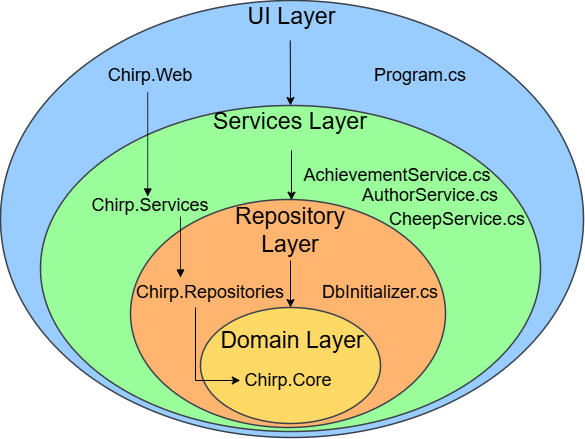
Earlier version of the draw.io export docs/images/OnionArchitecture.png (ITU-BDSA2024-GROUP8/Chirp). Source tidied: cells renumbered, new cells last; positions are measured from the earlier drawing's top-left corner, leaving out a move shared by most shapes. The source it was exported from:
```xml
<mxGraphModel>
  <root>
    <mxCell id="0" />
    <mxCell id="1" parent="0" />
    <mxCell id="2" value="UI Layer" style="points=[[0.499,0.139,0]];html=1;overflow=block;blockSpacing=1;whiteSpace=wrap;ellipse;fontSize=23.3;spacing=3.8;verticalAlign=top;strokeColor=#3a414a;strokeOpacity=100;fillOpacity=100;rounded=1;absoluteArcSize=1;arcSize=9;fillColor=#99CCFF;strokeWidth=1.5;lucidId=R3MAvi7u8df1;" parent="1" vertex="1">
      <mxGeometry width="583" height="437" as="geometry" />
    </mxCell>
    <mxCell id="3" value="Services Layer" style="points=[[0.504,0.193,0]];html=1;overflow=block;blockSpacing=1;whiteSpace=wrap;ellipse;fontSize=23.3;spacing=3.8;verticalAlign=top;strokeColor=#3a414a;strokeOpacity=100;fillOpacity=100;rounded=1;absoluteArcSize=1;arcSize=9;fillColor=#9AFF9A;strokeWidth=1.5;lucidId=73MAVf-oRHo4;" parent="1" vertex="1">
      <mxGeometry x="40" y="105" width="500" height="326" as="geometry" />
    </mxCell>
    <mxCell id="4" style="points=[[0.498,0.305,0],[0.124,0.312,0],[0.226,0.46,0]];html=1;overflow=block;blockSpacing=1;whiteSpace=wrap;ellipse;fontSize=23.3;spacing=3.8;verticalAlign=top;strokeColor=#3a414a;strokeOpacity=100;fillOpacity=100;rounded=1;absoluteArcSize=1;arcSize=9;fillColor=#FFB570;strokeWidth=1.5;lucidId=g4MAyAUUCAZo;" parent="1" vertex="1">
      <mxGeometry x="130" y="199" width="315" height="228" as="geometry" />
    </mxCell>
    <mxCell id="5" style="html=1;overflow=block;blockSpacing=1;whiteSpace=wrap;ellipse;fontSize=23.3;spacing=3.8;verticalAlign=top;strokeColor=#3a414a;strokeOpacity=100;fillOpacity=100;rounded=1;absoluteArcSize=1;arcSize=9;fillColor=#FFD966;strokeWidth=1.5;lucidId=v4MAUq8.z.5z;" parent="1" vertex="1">
      <mxGeometry x="200" y="307" width="180" height="116" as="geometry" />
    </mxCell>
    <mxCell id="6" style="html=1;jettySize=18;whiteSpace=wrap;fontSize=13;strokeColor=#000000;strokeOpacity=100;strokeWidth=0.8;rounded=0;startArrow=none;endArrow=block;endFill=1;exitX=0.229;exitY=0.573;exitPerimeter=0;entryX=0.33;entryY=0;entryPerimeter=0;lucidId=v-OApDg.9X9C;fillColor=#000000;" parent="1" edge="1">
      <mxGeometry relative="1" as="geometry">
        <mxPoint x="147.2" y="91.8" as="sourcePoint" />
        <mxPoint x="147.3" y="196" as="targetPoint" />
      </mxGeometry>
    </mxCell>
    <mxCell id="7" style="html=1;jettySize=18;whiteSpace=wrap;fontSize=13;strokeColor=#000000;strokeOpacity=100;strokeWidth=0.8;rounded=0;startArrow=none;endArrow=block;endFill=1;exitX=0.592;exitY=1;exitPerimeter=0;entryX=0;entryY=0;lucidId=G_OAxEHJ9zFp;entryDx=0;entryDy=0;" parent="1" edge="1" target="12">
      <mxGeometry relative="1" as="geometry">
        <mxPoint x="180" y="216" as="sourcePoint" />
      </mxGeometry>
    </mxCell>
    <mxCell id="8" style="endArrow=classic;html=1;rounded=0;exitX=0.497;exitY=0.092;exitDx=0;exitDy=0;exitPerimeter=0;" parent="1" edge="1" source="2" target="3">
      <mxGeometry relative="1" as="geometry" />
    </mxCell>
    <mxCell id="9" value="&lt;font style=&quot;font-size: 18px;&quot;&gt;Chirp.Web&lt;/font&gt;" style="text;html=1;align=center;verticalAlign=middle;whiteSpace=wrap;rounded=0;" parent="1" vertex="1">
      <mxGeometry x="120" y="60" width="60" height="30" as="geometry" />
    </mxCell>
    <mxCell id="10" value="&lt;font style=&quot;font-size: 18px;&quot;&gt;Program.cs&lt;/font&gt;" style="text;html=1;align=center;verticalAlign=middle;whiteSpace=wrap;rounded=0;" parent="1" vertex="1">
      <mxGeometry x="390" y="60" width="60" height="30" as="geometry" />
    </mxCell>
    <mxCell id="11" value="&lt;font style=&quot;font-size: 18px;&quot;&gt;Chirp.Services&lt;/font&gt;" style="text;html=1;align=center;verticalAlign=middle;whiteSpace=wrap;rounded=0;" parent="1" vertex="1">
      <mxGeometry x="120" y="190" width="60" height="30" as="geometry" />
    </mxCell>
    <mxCell id="12" value="&lt;font style=&quot;font-size: 18px;&quot;&gt;Chirp.Repositories&lt;/font&gt;" style="text;html=1;align=center;verticalAlign=middle;whiteSpace=wrap;rounded=0;" parent="1" vertex="1">
      <mxGeometry x="180" y="277" width="60" height="30" as="geometry" />
    </mxCell>
    <mxCell id="13" value="&lt;font style=&quot;font-size: 18px;&quot;&gt;Chirp.Core&lt;/font&gt;" style="text;html=1;align=center;verticalAlign=middle;whiteSpace=wrap;rounded=0;" parent="1" vertex="1">
      <mxGeometry x="257.5" y="360" width="60" height="40" as="geometry" />
    </mxCell>
    <mxCell id="14" style="endArrow=classic;html=1;rounded=0;entryX=0.221;entryY=0.629;entryDx=0;entryDy=0;entryPerimeter=0;exitX=0.25;exitY=1;exitDx=0;exitDy=0;" parent="1" edge="1" source="12" target="5">
      <mxGeometry relative="1" as="geometry">
        <Array as="points">
          <mxPoint x="195" y="380" />
        </Array>
      </mxGeometry>
    </mxCell>
    <mxCell id="15" value="&lt;font style=&quot;font-size: 18px;&quot;&gt;AchievementService.cs&lt;/font&gt;" style="text;html=1;align=center;verticalAlign=middle;whiteSpace=wrap;rounded=0;" parent="1" vertex="1">
      <mxGeometry x="366.5" y="160" width="60" height="30" as="geometry" />
    </mxCell>
    <mxCell id="16" value="&lt;font style=&quot;font-size: 18px;&quot;&gt;AuthorService.cs&lt;/font&gt;" style="text;html=1;align=center;verticalAlign=middle;whiteSpace=wrap;rounded=0;" parent="1" vertex="1">
      <mxGeometry x="400" y="180" width="60" height="30" as="geometry" />
    </mxCell>
    <mxCell id="17" value="&lt;font style=&quot;font-size: 18px;&quot;&gt;CheepService.cs&lt;/font&gt;" style="text;html=1;align=center;verticalAlign=middle;whiteSpace=wrap;rounded=0;" parent="1" vertex="1">
      <mxGeometry x="426.5" y="203.5" width="60" height="30" as="geometry" />
    </mxCell>
    <mxCell id="18" value="&lt;font style=&quot;font-size: 18px;&quot;&gt;DbInitializer.cs&lt;/font&gt;" style="text;html=1;align=center;verticalAlign=middle;whiteSpace=wrap;rounded=0;" parent="1" vertex="1">
      <mxGeometry x="350" y="277" width="60" height="30" as="geometry" />
    </mxCell>
    <mxCell id="19" style="endArrow=classic;html=1;rounded=0;exitX=0.508;exitY=0.268;exitDx=0;exitDy=0;exitPerimeter=0;entryX=0.5;entryY=0;entryDx=0;entryDy=0;" parent="1" edge="1" source="4" target="5">
      <mxGeometry relative="1" as="geometry" />
    </mxCell>
    <mxCell id="20" style="endArrow=classic;html=1;rounded=0;entryX=0.511;entryY=0.003;entryDx=0;entryDy=0;entryPerimeter=0;exitX=0.502;exitY=0.138;exitDx=0;exitDy=0;exitPerimeter=0;" parent="1" edge="1" source="3" target="4">
      <mxGeometry relative="1" as="geometry" />
    </mxCell>
    <mxCell id="21" value="&lt;span style=&quot;font-size: 23px;&quot;&gt;Repository Layer&lt;/span&gt;" style="text;html=1;align=center;verticalAlign=middle;whiteSpace=wrap;rounded=0;" parent="1" vertex="1">
      <mxGeometry x="250" y="210" width="80" height="40" as="geometry" />
    </mxCell>
    <mxCell id="22" value="&lt;span style=&quot;font-size: 23px;&quot;&gt;Domain Layer&lt;/span&gt;" style="text;html=1;align=center;verticalAlign=middle;whiteSpace=wrap;rounded=0;" parent="1" vertex="1">
      <mxGeometry x="216.5" y="320" width="150" height="40" as="geometry" />
    </mxCell>
  </root>
</mxGraphModel>
```
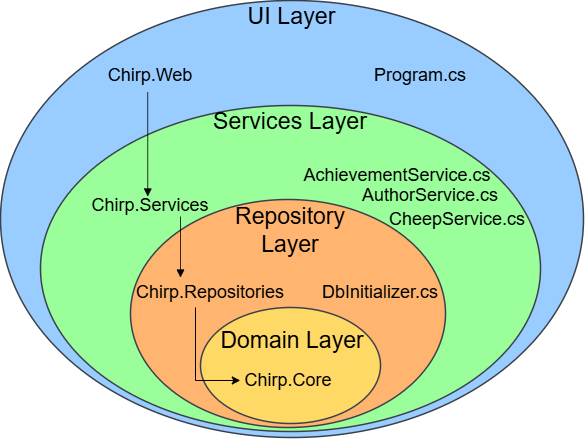
The same diagram one commit later.

Commit message:
Refactor Onion Architecture

Change to the diagram source:
```diff
@@ -25,9 +25,6 @@
         <mxPoint x="180" y="216" as="sourcePoint" />
       </mxGeometry>
     </mxCell>
-    <mxCell id="8" style="endArrow=classic;html=1;rounded=0;exitX=0.497;exitY=0.092;exitDx=0;exitDy=0;exitPerimeter=0;" parent="1" edge="1" source="2" target="3">
-      <mxGeometry relative="1" as="geometry" />
-    </mxCell>
     <mxCell id="9" value="&lt;font style=&quot;font-size: 18px;&quot;&gt;Chirp.Web&lt;/font&gt;" style="text;html=1;align=center;verticalAlign=middle;whiteSpace=wrap;rounded=0;" parent="1" vertex="1">
       <mxGeometry x="120" y="60" width="60" height="30" as="geometry" />
     </mxCell>
@@ -62,12 +59,6 @@
     <mxCell id="18" value="&lt;font style=&quot;font-size: 18px;&quot;&gt;DbInitializer.cs&lt;/font&gt;" style="text;html=1;align=center;verticalAlign=middle;whiteSpace=wrap;rounded=0;" parent="1" vertex="1">
       <mxGeometry x="350" y="277" width="60" height="30" as="geometry" />
     </mxCell>
-    <mxCell id="19" style="endArrow=classic;html=1;rounded=0;exitX=0.508;exitY=0.268;exitDx=0;exitDy=0;exitPerimeter=0;entryX=0.5;entryY=0;entryDx=0;entryDy=0;" parent="1" edge="1" source="4" target="5">
-      <mxGeometry relative="1" as="geometry" />
-    </mxCell>
-    <mxCell id="20" style="endArrow=classic;html=1;rounded=0;entryX=0.511;entryY=0.003;entryDx=0;entryDy=0;entryPerimeter=0;exitX=0.502;exitY=0.138;exitDx=0;exitDy=0;exitPerimeter=0;" parent="1" edge="1" source="3" target="4">
-      <mxGeometry relative="1" as="geometry" />
-    </mxCell>
     <mxCell id="21" value="&lt;span style=&quot;font-size: 23px;&quot;&gt;Repository Layer&lt;/span&gt;" style="text;html=1;align=center;verticalAlign=middle;whiteSpace=wrap;rounded=0;" parent="1" vertex="1">
       <mxGeometry x="250" y="210" width="80" height="40" as="geometry" />
     </mxCell>
```
